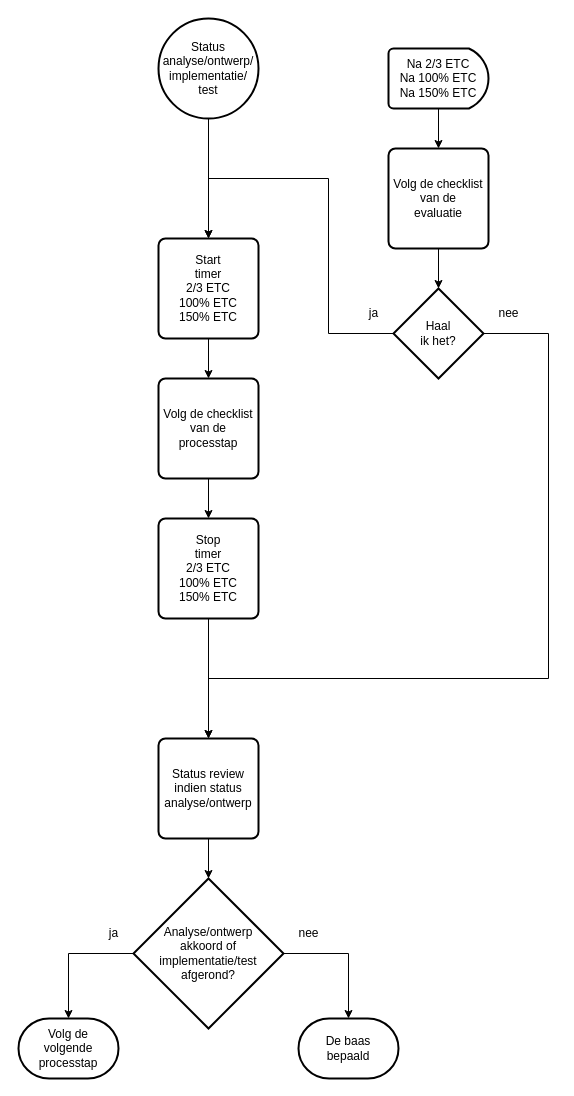
Above: 2 Issue Tracker tijdtriggers.drawio in Zaibatsu89/IssueTracker (draw.io), before the change. Source tidied: cells renumbered, new cells numbered last; positions are measured from the earlier drawing's top-left corner, leaving out a move shared by most shapes. Both pictures are drawn from the tidied source at 100%, with x=0, y=0 at pixel (18, 18).
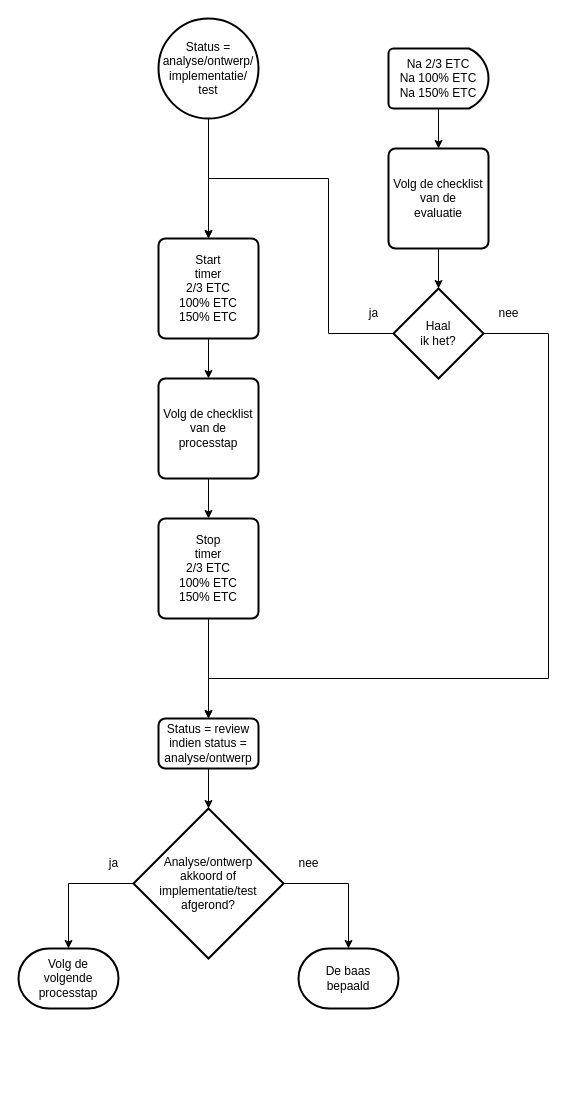
Above is the later version.

Commit message (it also covers changes not shown here):
Vervang “Status {naam Jira-status}” door “Status = {naam Jira-status}”-actie in flowcharts

The edit, as a diff of the source:
```diff
@@
-    <mxCell id="3" value="Status&lt;br&gt;analyse/ontwerp/&lt;br&gt;implementatie/&lt;br&gt;test" style="strokeWidth=2;html=1;shape=mxgraph.flowchart.start_2;whiteSpace=wrap;" parent="1" vertex="1">
+    <mxCell id="3" value="Status =&lt;br&gt;analyse/ontwerp/&lt;br&gt;implementatie/&lt;br&gt;test" style="strokeWidth=2;html=1;shape=mxgraph.flowchart.start_2;whiteSpace=wrap;" parent="1" vertex="1">
       <mxGeometry x="140" width="100" height="100" as="geometry" />
     </mxCell>
@@
     <mxCell id="8" value="Analyse/ontwerp&lt;br&gt;akkoord of&lt;br&gt;implementatie/test&lt;br&gt;afgerond?" style="strokeWidth=2;html=1;shape=mxgraph.flowchart.decision;whiteSpace=wrap;" parent="1" vertex="1">
-      <mxGeometry x="115" y="860" width="150" height="150" as="geometry" />
+      <mxGeometry x="115" y="790" width="150" height="150" as="geometry" />
     </mxCell>
@@
     <mxCell id="10" value="ja" style="text;html=1;align=center;verticalAlign=middle;strokeColor=none;fillColor=none;" parent="1" vertex="1">
-      <mxGeometry x="80" y="900" width="30" height="30" as="geometry" />
+      <mxGeometry x="80" y="830" width="30" height="30" as="geometry" />
     </mxCell>
     <mxCell id="11" value="Volg de&lt;br&gt;volgende&lt;br&gt;processtap" style="strokeWidth=2;html=1;shape=mxgraph.flowchart.terminator;whiteSpace=wrap;" parent="1" vertex="1">
-      <mxGeometry y="1000" width="100" height="60" as="geometry" />
+      <mxGeometry y="930" width="100" height="60" as="geometry" />
     </mxCell>
     <mxCell id="12" value="De baas&lt;br&gt;bepaald" style="strokeWidth=2;html=1;shape=mxgraph.flowchart.terminator;whiteSpace=wrap;" parent="1" vertex="1">
-      <mxGeometry x="280" y="1000" width="100" height="60" as="geometry" />
+      <mxGeometry x="280" y="930" width="100" height="60" as="geometry" />
     </mxCell>
@@
     <mxCell id="14" value="nee" style="text;html=1;align=center;verticalAlign=middle;strokeColor=none;fillColor=none;" parent="1" vertex="1">
-      <mxGeometry x="270" y="900" width="40" height="30" as="geometry" />
+      <mxGeometry x="270" y="830" width="40" height="30" as="geometry" />
     </mxCell>
@@
-    <mxCell id="25" value="Status review&lt;br&gt;indien status&lt;br&gt;analyse/ontwerp" style="rounded=1;whiteSpace=wrap;html=1;absoluteArcSize=1;arcSize=14;strokeWidth=2;" parent="1" vertex="1">
-      <mxGeometry x="140" y="720" width="100" height="100" as="geometry" />
+    <mxCell id="25" value="Status = review&lt;br&gt;indien status =&lt;br&gt;analyse/ontwerp" style="rounded=1;whiteSpace=wrap;html=1;absoluteArcSize=1;arcSize=14;strokeWidth=2;" parent="1" vertex="1">
+      <mxGeometry x="140" y="700" width="100" height="50" as="geometry" />
     </mxCell>
```
